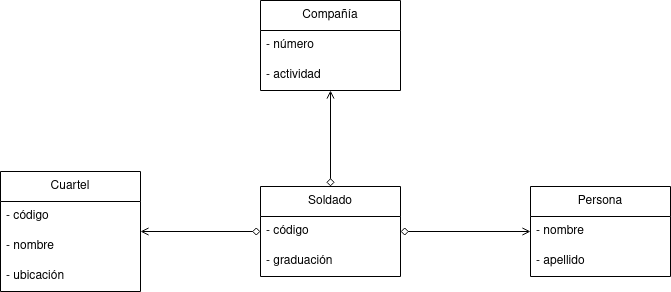
This is Tema 5. Diagramas de clase/Tarea 3. Ministerio defensa/img/MinisterioDefensa.drawio.png from colidom/ets, a draw.io export, as it was before one commit. Source tidied: cells renumbered, new cells last; positions are measured from the earlier drawing's top-left corner, leaving out a move shared by most shapes. The source it was exported from:
```xml
<mxGraphModel>
  <root>
    <mxCell id="0" />
    <mxCell id="1" parent="0" />
    <mxCell id="2" value="Persona" style="swimlane;fontStyle=0;horizontal=1;startSize=30;whiteSpace=wrap;html=1;" parent="1" vertex="1">
      <mxGeometry x="530" y="186" width="140" height="90" as="geometry" />
    </mxCell>
    <mxCell id="3" value="- nombre" style="text;strokeColor=none;fillColor=none;align=left;verticalAlign=middle;spacingLeft=4;spacingRight=4;overflow=hidden;points=[[0,0.5],[1,0.5]];portConstraint=eastwest;whiteSpace=wrap;html=1;" parent="2" vertex="1">
      <mxGeometry y="30" width="140" height="30" as="geometry" />
    </mxCell>
    <mxCell id="4" value="- apellido" style="text;strokeColor=none;fillColor=none;align=left;verticalAlign=middle;spacingLeft=4;spacingRight=4;overflow=hidden;points=[[0,0.5],[1,0.5]];portConstraint=eastwest;whiteSpace=wrap;html=1;" parent="2" vertex="1">
      <mxGeometry y="60" width="140" height="30" as="geometry" />
    </mxCell>
    <mxCell id="5" style="edgeStyle=orthogonalEdgeStyle;rounded=0;jettySize=auto;html=1;entryX=0;entryY=0.5;entryDx=0;entryDy=0;endArrow=open;endFill=0;startArrow=diamond;startFill=0;" parent="1" edge="1" source="8" target="3">
      <mxGeometry relative="1" as="geometry" />
    </mxCell>
    <mxCell id="6" style="edgeStyle=orthogonalEdgeStyle;rounded=0;jettySize=auto;html=1;startArrow=diamond;startFill=0;endArrow=open;endFill=0;entryX=0.5;entryY=1;entryDx=0;entryDy=0;" parent="1" edge="1" source="8" target="15">
      <mxGeometry relative="1" as="geometry" />
    </mxCell>
    <mxCell id="7" style="edgeStyle=orthogonalEdgeStyle;rounded=0;jettySize=auto;html=1;startArrow=diamond;startFill=0;endArrow=open;endFill=0;entryX=1;entryY=0.5;entryDx=0;entryDy=0;" parent="1" edge="1" source="8" target="11">
      <mxGeometry relative="1" as="geometry" />
    </mxCell>
    <mxCell id="8" value="Soldado" style="swimlane;fontStyle=0;horizontal=1;startSize=30;whiteSpace=wrap;html=1;" parent="1" vertex="1">
      <mxGeometry x="260" y="186" width="140" height="90" as="geometry" />
    </mxCell>
    <mxCell id="9" value="- código" style="text;strokeColor=none;fillColor=none;align=left;verticalAlign=middle;spacingLeft=4;spacingRight=4;overflow=hidden;points=[[0,0.5],[1,0.5]];portConstraint=eastwest;whiteSpace=wrap;html=1;" parent="8" vertex="1">
      <mxGeometry y="30" width="140" height="30" as="geometry" />
    </mxCell>
    <mxCell id="10" value="- graduación" style="text;strokeColor=none;fillColor=none;align=left;verticalAlign=middle;spacingLeft=4;spacingRight=4;overflow=hidden;points=[[0,0.5],[1,0.5]];portConstraint=eastwest;whiteSpace=wrap;html=1;" parent="8" vertex="1">
      <mxGeometry y="60" width="140" height="30" as="geometry" />
    </mxCell>
    <mxCell id="11" value="Cuartel" style="swimlane;fontStyle=0;horizontal=1;startSize=30;whiteSpace=wrap;html=1;" parent="1" vertex="1">
      <mxGeometry y="171" width="140" height="120" as="geometry" />
    </mxCell>
    <mxCell id="12" value="- código" style="text;strokeColor=none;fillColor=none;align=left;verticalAlign=middle;spacingLeft=4;spacingRight=4;overflow=hidden;whiteSpace=wrap;html=1;" parent="11" vertex="1">
      <mxGeometry y="30" width="140" height="30" as="geometry" />
    </mxCell>
    <mxCell id="13" value="&lt;div&gt;- nombre&lt;/div&gt;" style="text;strokeColor=none;fillColor=none;align=left;verticalAlign=middle;spacingLeft=4;spacingRight=4;overflow=hidden;points=[[0,0.5],[1,0.5]];portConstraint=eastwest;whiteSpace=wrap;html=1;" parent="11" vertex="1">
      <mxGeometry y="60" width="140" height="30" as="geometry" />
    </mxCell>
    <mxCell id="14" value="&lt;div&gt;- ubicación&lt;br&gt;&lt;/div&gt;" style="text;strokeColor=none;fillColor=none;align=left;verticalAlign=middle;spacingLeft=4;spacingRight=4;overflow=hidden;whiteSpace=wrap;html=1;" parent="11" vertex="1">
      <mxGeometry y="90" width="140" height="30" as="geometry" />
    </mxCell>
    <mxCell id="15" value="Compañía" style="swimlane;fontStyle=0;horizontal=1;startSize=30;whiteSpace=wrap;html=1;" parent="1" vertex="1">
      <mxGeometry x="260" width="140" height="90" as="geometry" />
    </mxCell>
    <mxCell id="16" value="- número" style="text;strokeColor=none;fillColor=none;align=left;verticalAlign=middle;spacingLeft=4;spacingRight=4;overflow=hidden;points=[[0,0.5],[1,0.5]];portConstraint=eastwest;whiteSpace=wrap;html=1;" parent="15" vertex="1">
      <mxGeometry y="30" width="140" height="30" as="geometry" />
    </mxCell>
    <mxCell id="17" value="&lt;div&gt;- actividad&lt;/div&gt;" style="text;strokeColor=none;fillColor=none;align=left;verticalAlign=middle;spacingLeft=4;spacingRight=4;overflow=hidden;whiteSpace=wrap;html=1;" parent="15" vertex="1">
      <mxGeometry y="60" width="140" height="30" as="geometry" />
    </mxCell>
  </root>
</mxGraphModel>
```
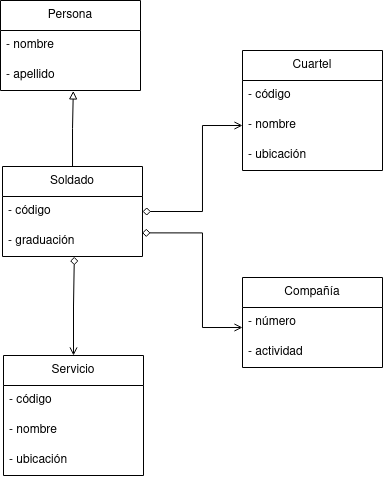
Above is the later version.

Diff of the diagram source:
```diff
@@ -3,7 +3,7 @@
     <mxCell id="0" />
     <mxCell id="1" parent="0" />
     <mxCell id="2" value="Persona" style="swimlane;fontStyle=0;horizontal=1;startSize=30;whiteSpace=wrap;html=1;" parent="1" vertex="1">
-      <mxGeometry x="530" y="186" width="140" height="90" as="geometry" />
+      <mxGeometry x="258" y="20" width="140" height="90" as="geometry" />
     </mxCell>
     <mxCell id="3" value="- nombre" style="text;strokeColor=none;fillColor=none;align=left;verticalAlign=middle;spacingLeft=4;spacingRight=4;overflow=hidden;points=[[0,0.5],[1,0.5]];portConstraint=eastwest;whiteSpace=wrap;html=1;" parent="2" vertex="1">
       <mxGeometry y="30" width="140" height="30" as="geometry" />
@@ -11,14 +11,24 @@
     <mxCell id="4" value="- apellido" style="text;strokeColor=none;fillColor=none;align=left;verticalAlign=middle;spacingLeft=4;spacingRight=4;overflow=hidden;points=[[0,0.5],[1,0.5]];portConstraint=eastwest;whiteSpace=wrap;html=1;" parent="2" vertex="1">
       <mxGeometry y="60" width="140" height="30" as="geometry" />
     </mxCell>
-    <mxCell id="5" style="edgeStyle=orthogonalEdgeStyle;rounded=0;jettySize=auto;html=1;entryX=0;entryY=0.5;entryDx=0;entryDy=0;endArrow=open;endFill=0;startArrow=diamond;startFill=0;" parent="1" edge="1" source="8" target="3">
+    <mxCell id="5" style="edgeStyle=orthogonalEdgeStyle;rounded=0;jettySize=auto;html=1;entryX=0.52;entryY=1.014;entryDx=0;entryDy=0;endArrow=block;endFill=0;startArrow=none;startFill=0;entryPerimeter=0;" parent="1" edge="1" source="8" target="4">
       <mxGeometry relative="1" as="geometry" />
     </mxCell>
-    <mxCell id="6" style="edgeStyle=orthogonalEdgeStyle;rounded=0;jettySize=auto;html=1;startArrow=diamond;startFill=0;endArrow=open;endFill=0;entryX=0.5;entryY=1;entryDx=0;entryDy=0;" parent="1" edge="1" source="8" target="15">
-      <mxGeometry relative="1" as="geometry" />
+    <mxCell id="6" style="edgeStyle=orthogonalEdgeStyle;rounded=0;jettySize=auto;html=1;startArrow=diamond;startFill=0;endArrow=open;endFill=0;entryX=0;entryY=0.667;entryDx=0;entryDy=0;entryPerimeter=0;exitX=0.997;exitY=0.213;exitDx=0;exitDy=0;exitPerimeter=0;" parent="1" edge="1" source="10" target="16">
+      <mxGeometry relative="1" as="geometry">
+        <Array as="points">
+          <mxPoint x="460" y="252" />
+          <mxPoint x="460" y="347" />
+        </Array>
+      </mxGeometry>
     </mxCell>
-    <mxCell id="7" style="edgeStyle=orthogonalEdgeStyle;rounded=0;jettySize=auto;html=1;startArrow=diamond;startFill=0;endArrow=open;endFill=0;entryX=1;entryY=0.5;entryDx=0;entryDy=0;" parent="1" edge="1" source="8" target="11">
-      <mxGeometry relative="1" as="geometry" />
+    <mxCell id="7" style="edgeStyle=orthogonalEdgeStyle;rounded=0;jettySize=auto;html=1;startArrow=diamond;startFill=0;endArrow=open;endFill=0;entryX=0;entryY=0.5;entryDx=0;entryDy=0;exitX=1;exitY=0.5;exitDx=0;exitDy=0;" parent="1" edge="1" source="9" target="13">
+      <mxGeometry relative="1" as="geometry">
+        <Array as="points">
+          <mxPoint x="460" y="231" />
+          <mxPoint x="460" y="145" />
+        </Array>
+      </mxGeometry>
     </mxCell>
     <mxCell id="8" value="Soldado" style="swimlane;fontStyle=0;horizontal=1;startSize=30;whiteSpace=wrap;html=1;" parent="1" vertex="1">
       <mxGeometry x="260" y="186" width="140" height="90" as="geometry" />
@@ -30,7 +40,7 @@
       <mxGeometry y="60" width="140" height="30" as="geometry" />
     </mxCell>
     <mxCell id="11" value="Cuartel" style="swimlane;fontStyle=0;horizontal=1;startSize=30;whiteSpace=wrap;html=1;" parent="1" vertex="1">
-      <mxGeometry y="171" width="140" height="120" as="geometry" />
+      <mxGeometry x="500" y="70" width="140" height="120" as="geometry" />
     </mxCell>
     <mxCell id="12" value="- código" style="text;strokeColor=none;fillColor=none;align=left;verticalAlign=middle;spacingLeft=4;spacingRight=4;overflow=hidden;whiteSpace=wrap;html=1;" parent="11" vertex="1">
       <mxGeometry y="30" width="140" height="30" as="geometry" />
@@ -42,7 +52,7 @@
       <mxGeometry y="90" width="140" height="30" as="geometry" />
     </mxCell>
     <mxCell id="15" value="Compañía" style="swimlane;fontStyle=0;horizontal=1;startSize=30;whiteSpace=wrap;html=1;" parent="1" vertex="1">
-      <mxGeometry x="260" width="140" height="90" as="geometry" />
+      <mxGeometry x="500" y="297" width="140" height="90" as="geometry" />
     </mxCell>
     <mxCell id="16" value="- número" style="text;strokeColor=none;fillColor=none;align=left;verticalAlign=middle;spacingLeft=4;spacingRight=4;overflow=hidden;points=[[0,0.5],[1,0.5]];portConstraint=eastwest;whiteSpace=wrap;html=1;" parent="15" vertex="1">
       <mxGeometry y="30" width="140" height="30" as="geometry" />
@@ -50,5 +60,20 @@
     <mxCell id="17" value="&lt;div&gt;- actividad&lt;/div&gt;" style="text;strokeColor=none;fillColor=none;align=left;verticalAlign=middle;spacingLeft=4;spacingRight=4;overflow=hidden;whiteSpace=wrap;html=1;" parent="15" vertex="1">
       <mxGeometry y="60" width="140" height="30" as="geometry" />
     </mxCell>
+    <mxCell id="18" style="edgeStyle=orthogonalEdgeStyle;rounded=0;jettySize=auto;html=1;startArrow=open;startFill=0;endArrow=diamond;endFill=0;entryX=0.513;entryY=1.01;entryDx=0;entryDy=0;entryPerimeter=0;" parent="1" edge="1" source="19" target="10">
+      <mxGeometry relative="1" as="geometry" />
+    </mxCell>
+    <mxCell id="19" value="Servicio" style="swimlane;fontStyle=0;horizontal=1;startSize=30;whiteSpace=wrap;html=1;" parent="1" vertex="1">
+      <mxGeometry x="261" y="375" width="140" height="120" as="geometry" />
+    </mxCell>
+    <mxCell id="20" value="- código" style="text;strokeColor=none;fillColor=none;align=left;verticalAlign=middle;spacingLeft=4;spacingRight=4;overflow=hidden;whiteSpace=wrap;html=1;" parent="19" vertex="1">
+      <mxGeometry y="30" width="140" height="30" as="geometry" />
+    </mxCell>
+    <mxCell id="21" value="&lt;div&gt;- nombre&lt;/div&gt;" style="text;strokeColor=none;fillColor=none;align=left;verticalAlign=middle;spacingLeft=4;spacingRight=4;overflow=hidden;whiteSpace=wrap;html=1;" parent="19" vertex="1">
+      <mxGeometry y="60" width="140" height="30" as="geometry" />
+    </mxCell>
+    <mxCell id="22" value="&lt;div&gt;- ubicación&lt;br&gt;&lt;/div&gt;" style="text;strokeColor=none;fillColor=none;align=left;verticalAlign=middle;spacingLeft=4;spacingRight=4;overflow=hidden;whiteSpace=wrap;html=1;" parent="19" vertex="1">
+      <mxGeometry y="90" width="140" height="30" as="geometry" />
+    </mxCell>
   </root>
 </mxGraphModel>
```
